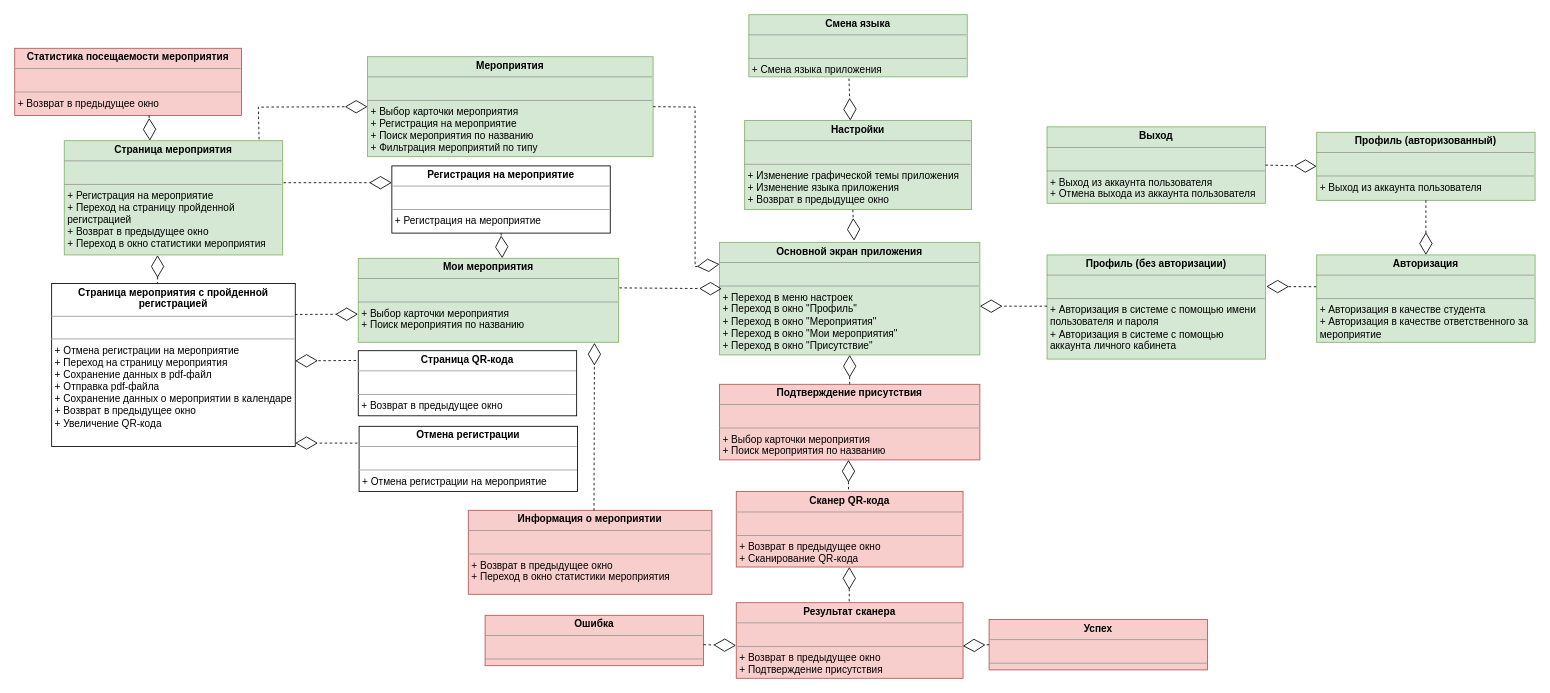
Before: page "Страница 3" (3 of 5) of doc/Проектирование/new/Диаграмма интерфейсных классов/Диграмма интерфейсных классов v3.drawio in RUGameLink/projectQ, a draw.io diagram. Source tidied: cells renumbered, new cells numbered last; positions are measured from the earlier drawing's top-left corner, leaving out a move shared by most shapes. Both pictures are drawn from the tidied source at 84%, with x=0, y=0 at pixel (14, 14).
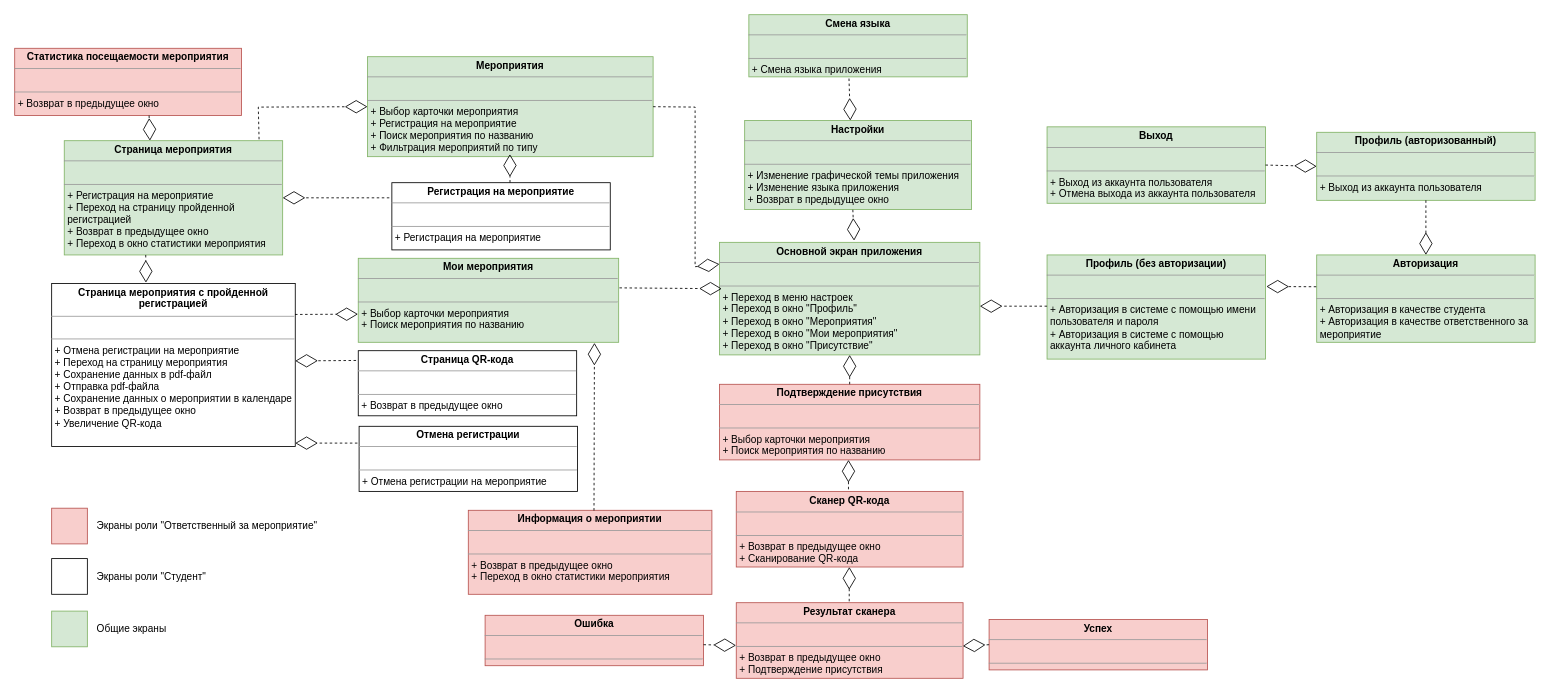
After the change.

Unchanged cells that the change refers to:
```xml
<mxCell id="3" value="&lt;p style=&quot;margin:0px;margin-top:4px;text-align:center;&quot;&gt;&lt;b&gt;Мои мероприятия&lt;/b&gt;&lt;/p&gt;&lt;hr size=&quot;1&quot;&gt;&lt;p style=&quot;border-color: var(--border-color); margin: 0px 0px 0px 4px;&quot;&gt;&lt;br&gt;&lt;/p&gt;&lt;hr size=&quot;1&quot;&gt;&lt;p style=&quot;margin:0px;margin-left:4px;&quot;&gt;+ Выбор карточки мероприятия&lt;br&gt;&lt;/p&gt;&lt;p style=&quot;margin:0px;margin-left:4px;&quot;&gt;+ Поиск мероприятия по названию&lt;br&gt;&lt;/p&gt;&lt;p style=&quot;margin:0px;margin-left:4px;&quot;&gt;&lt;br&gt;&lt;/p&gt;&lt;p style=&quot;border-color: var(--border-color); margin: 0px 0px 0px 4px;&quot;&gt;&lt;br&gt;&lt;/p&gt;" style="verticalAlign=top;align=left;overflow=fill;fontSize=12;fontFamily=Helvetica;html=1;whiteSpace=wrap;fillColor=#d5e8d4;strokeColor=#82b366;" parent="1" vertex="1">
  <mxGeometry x="409" y="290" width="310" height="100" as="geometry" />
</mxCell>
<mxCell id="6" value="&lt;p style=&quot;margin:0px;margin-top:4px;text-align:center;&quot;&gt;&lt;b&gt;Страница мероприятия&lt;/b&gt;&lt;/p&gt;&lt;hr size=&quot;1&quot;&gt;&lt;p style=&quot;margin:0px;margin-left:4px;&quot;&gt;&lt;br&gt;&lt;/p&gt;&lt;hr size=&quot;1&quot;&gt;&lt;p style=&quot;margin:0px;margin-left:4px;&quot;&gt;+ Регистрация на мероприятие&lt;/p&gt;&lt;p style=&quot;margin:0px;margin-left:4px;&quot;&gt;+ Переход на страницу пройденной регистрацией&lt;/p&gt;&lt;p style=&quot;margin:0px;margin-left:4px;&quot;&gt;+ Возврат в предыдущее окно&lt;/p&gt;&lt;p style=&quot;margin:0px;margin-left:4px;&quot;&gt;+ Переход в окно статистики мероприятия&lt;br&gt;&lt;/p&gt;" style="verticalAlign=top;align=left;overflow=fill;fontSize=12;fontFamily=Helvetica;html=1;whiteSpace=wrap;fillColor=#d5e8d4;strokeColor=#82b366;" parent="1" vertex="1">
  <mxGeometry x="59" y="150" width="260" height="136" as="geometry" />
</mxCell>
<mxCell id="7" value="&lt;p style=&quot;margin:0px;margin-top:4px;text-align:center;&quot;&gt;&lt;b&gt;Страница мероприятия с пройденной регистрацией&lt;/b&gt;&lt;/p&gt;&lt;hr size=&quot;1&quot;&gt;&lt;p style=&quot;margin:0px;margin-left:4px;&quot;&gt;&lt;br&gt;&lt;/p&gt;&lt;hr size=&quot;1&quot;&gt;&lt;p style=&quot;margin:0px;margin-left:4px;&quot;&gt;+ Отмена регистрации на мероприятие&lt;/p&gt;&lt;p style=&quot;margin:0px;margin-left:4px;&quot;&gt;+ Переход на страницу мероприятия&lt;/p&gt;&lt;p style=&quot;margin:0px;margin-left:4px;&quot;&gt;+ Сохранение данных в pdf-файл&lt;/p&gt;&lt;p style=&quot;margin:0px;margin-left:4px;&quot;&gt;+ Отправка pdf-файла&lt;/p&gt;&lt;p style=&quot;margin:0px;margin-left:4px;&quot;&gt;+ Сохранение данных о мероприятии в календаре&lt;/p&gt;&lt;p style=&quot;margin:0px;margin-left:4px;&quot;&gt;+ Возврат в предыдущее окно&lt;br&gt;&lt;/p&gt;&lt;p style=&quot;margin:0px;margin-left:4px;&quot;&gt;+ Увеличение QR-кода&lt;br&gt;&lt;/p&gt;" style="verticalAlign=top;align=left;overflow=fill;fontSize=12;fontFamily=Helvetica;html=1;whiteSpace=wrap;" parent="1" vertex="1">
  <mxGeometry x="44" y="320" width="290" height="194" as="geometry" />
</mxCell>
```

Change to the diagram source:
```diff
@@
-    <mxCell id="16" style="endArrow=none;endFill=0;endSize=24;html=1;rounded=0;startArrow=diamondThin;startFill=0;startSize=24;exitX=0.427;exitY=1.002;exitDx=0;exitDy=0;exitPerimeter=0;entryX=0.435;entryY=-0.003;entryDx=0;entryDy=0;entryPerimeter=0;dashed=1;" parent="1" edge="1" source="6" target="7">
-      <mxGeometry relative="1" as="geometry" />
-    </mxCell>
@@
     <mxCell id="26" value="&lt;p style=&quot;margin:0px;margin-top:4px;text-align:center;&quot;&gt;&lt;b style=&quot;border-color: var(--border-color);&quot;&gt;Регистрация на мероприятие&lt;/b&gt;&lt;br&gt;&lt;/p&gt;&lt;hr size=&quot;1&quot;&gt;&lt;p style=&quot;margin:0px;margin-left:4px;&quot;&gt;&lt;br&gt;&lt;/p&gt;&lt;hr size=&quot;1&quot;&gt;&lt;p style=&quot;margin:0px;margin-left:4px;&quot;&gt;+ Регистрация на мероприятие&lt;/p&gt;" style="verticalAlign=top;align=left;overflow=fill;fontSize=12;fontFamily=Helvetica;html=1;whiteSpace=wrap;" parent="1" vertex="1">
-      <mxGeometry x="449" y="180" width="260" height="80" as="geometry" />
+      <mxGeometry x="449" y="200" width="260" height="80" as="geometry" />
     </mxCell>
-    <mxCell id="27" style="endArrow=diamondThin;endFill=0;endSize=24;html=1;rounded=0;exitX=0.5;exitY=1;exitDx=0;exitDy=0;dashed=1;entryX=0.553;entryY=-0.001;entryDx=0;entryDy=0;entryPerimeter=0;" parent="1" edge="1" source="26" target="3">
-      <mxGeometry relative="1" as="geometry" />
+    <mxCell id="27" style="endArrow=diamondThin;endFill=0;endSize=24;html=1;rounded=0;dashed=1;exitX=0.541;exitY=-0.002;exitDx=0;exitDy=0;exitPerimeter=0;" parent="1" edge="1" source="26">
+      <mxGeometry relative="1" as="geometry">
+        <mxPoint x="589.5" y="166" as="targetPoint" />
+      </mxGeometry>
     </mxCell>
-    <mxCell id="28" style="endArrow=diamondThin;endFill=0;endSize=24;html=1;rounded=0;dashed=1;entryX=0;entryY=0.25;entryDx=0;entryDy=0;" parent="1" edge="1" target="26">
+    <mxCell id="28" style="endArrow=diamondThin;endFill=0;endSize=24;html=1;rounded=0;dashed=1;entryX=1;entryY=0.5;entryDx=0;entryDy=0;" parent="1" edge="1" target="6">
       <mxGeometry relative="1" as="geometry">
-        <mxPoint x="320" y="200" as="sourcePoint" />
+        <mxPoint x="446" y="218" as="sourcePoint" />
       </mxGeometry>
     </mxCell>
@@
+    <mxCell id="45" style="endArrow=diamondThin;endFill=0;endSize=24;html=1;rounded=0;exitX=0.5;exitY=1;exitDx=0;exitDy=0;dashed=1;entryX=0.387;entryY=-0.005;entryDx=0;entryDy=0;entryPerimeter=0;" parent="1" edge="1" target="7">
+      <mxGeometry relative="1" as="geometry">
+        <mxPoint x="156" y="286" as="sourcePoint" />
+      </mxGeometry>
+    </mxCell>
+    <mxCell id="46" style="whiteSpace=wrap;html=1;fillColor=#f8cecc;strokeColor=#b85450;" parent="1" vertex="1">
+      <mxGeometry x="44" y="587.5" width="42.5" height="42.5" as="geometry" />
+    </mxCell>
+    <mxCell id="47" style="whiteSpace=wrap;html=1;" parent="1" vertex="1">
+      <mxGeometry x="44" y="647.5" width="42.5" height="42.5" as="geometry" />
+    </mxCell>
+    <mxCell id="48" style="whiteSpace=wrap;html=1;fillColor=#d5e8d4;strokeColor=#82b366;" parent="1" vertex="1">
+      <mxGeometry x="44" y="710" width="42.5" height="42.5" as="geometry" />
+    </mxCell>
+    <mxCell id="49" value="Общие экраны" style="text;html=1;strokeColor=none;fillColor=none;align=left;verticalAlign=middle;whiteSpace=wrap;rounded=0;" parent="1" vertex="1">
+      <mxGeometry x="96" y="716.2" width="91" height="30" as="geometry" />
+    </mxCell>
+    <mxCell id="50" style="edgeStyle=orthogonalEdgeStyle;rounded=0;orthogonalLoop=1;jettySize=auto;html=1;exitX=0.5;exitY=1;exitDx=0;exitDy=0;" parent="1" edge="1" source="49" target="49">
+      <mxGeometry relative="1" as="geometry" />
+    </mxCell>
+    <mxCell id="51" value="Экраны роли &quot;Студент&quot;" style="text;html=1;strokeColor=none;fillColor=none;align=left;verticalAlign=middle;whiteSpace=wrap;rounded=0;" parent="1" vertex="1">
+      <mxGeometry x="96" y="653.8" width="140" height="30" as="geometry" />
+    </mxCell>
+    <mxCell id="52" value="Экраны роли &quot;Ответственный за мероприятие&quot;" style="text;html=1;strokeColor=none;fillColor=none;align=left;verticalAlign=middle;whiteSpace=wrap;rounded=0;" parent="1" vertex="1">
+      <mxGeometry x="96" y="593.8" width="280" height="30" as="geometry" />
+    </mxCell>
```
